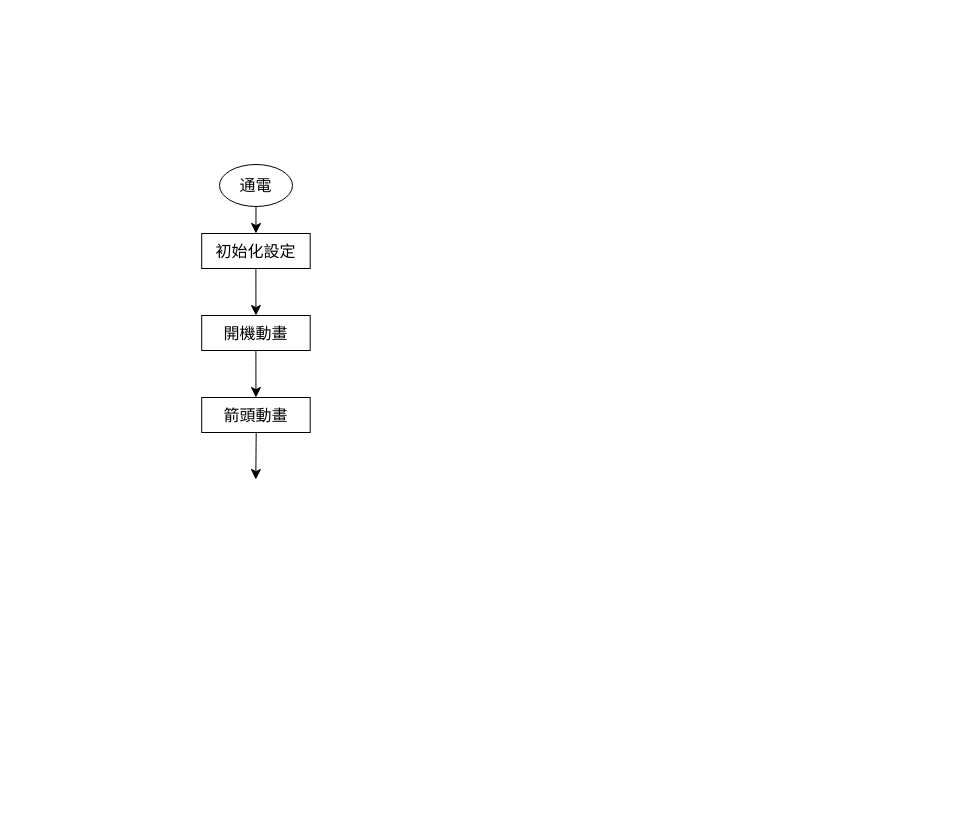
The draw.io diagram content/marp/Untitled Diagram.drawio in Edit-Mr/notes, before the edit. Source tidied: cells renumbered, new cells numbered last; positions are measured from the earlier drawing's top-left corner, leaving out a move shared by most shapes. Both pictures are drawn from the tidied source at 100%, with x=0, y=0 at pixel (201, 164).
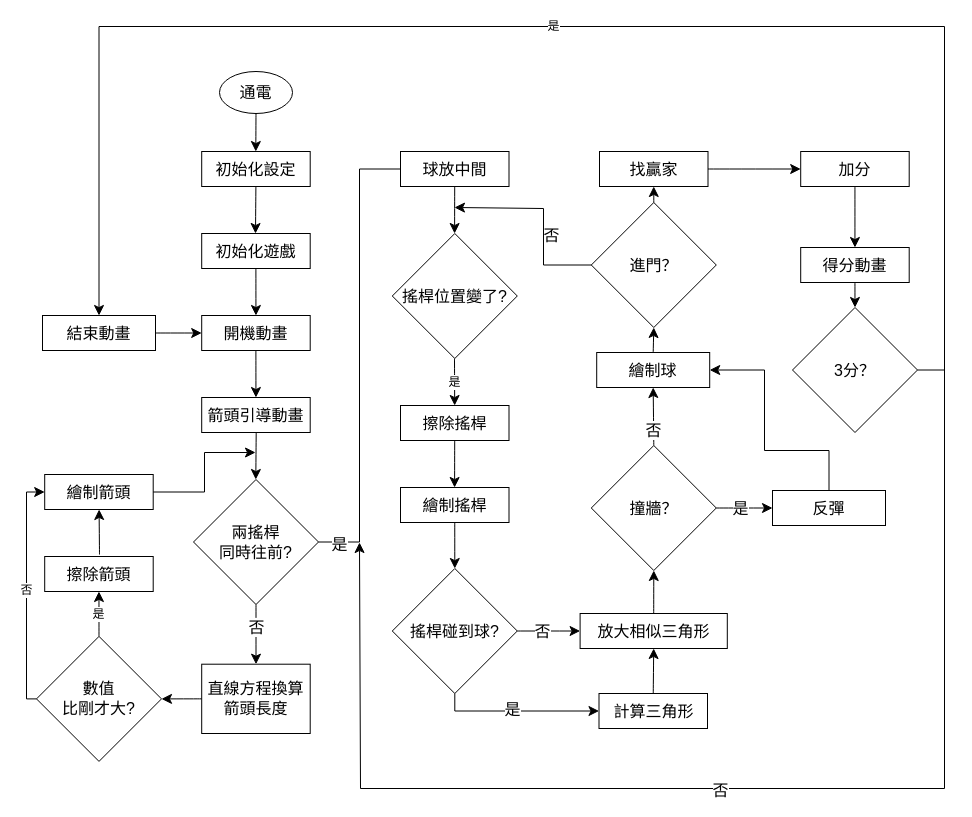
The same page after the edit.

The change refers to these unchanged cells:
```xml
<mxCell id="5" value="開機動畫" style="rounded=0;whiteSpace=wrap;html=1;fontSize=16;" parent="1" vertex="1">
  <mxGeometry x="0.2" y="151" width="108.5" height="35" as="geometry" />
</mxCell>
```

The edit, as a diff of the source:
```diff
@@
     <mxCell id="2" value="通電" style="ellipse;whiteSpace=wrap;html=1;fontSize=16;" parent="1" vertex="1">
-      <mxGeometry x="18" width="73" height="42" as="geometry" />
+      <mxGeometry x="18" y="-93" width="73" height="42" as="geometry" />
     </mxCell>
-    <mxCell id="3" value="初始化設定" style="rounded=0;whiteSpace=wrap;html=1;fontSize=16;" parent="1" vertex="1">
+    <mxCell id="3" value="初始化遊戲" style="rounded=0;whiteSpace=wrap;html=1;fontSize=16;" parent="1" vertex="1">
       <mxGeometry x="0.2" y="69" width="108.5" height="35" as="geometry" />
     </mxCell>
-    <mxCell id="4" style="endArrow=classic;html=1;rounded=0;fontSize=12;startSize=8;endSize=8;curved=1;entryX=0.5;entryY=0;entryDx=0;entryDy=0;" parent="1" edge="1" source="2" target="3">
-      <mxGeometry relative="1" as="geometry" />
-    </mxCell>
@@
-    <mxCell id="7" value="箭頭動畫" style="rounded=0;whiteSpace=wrap;html=1;fontSize=16;" parent="1" vertex="1">
+    <mxCell id="7" value="箭頭引導動畫" style="rounded=0;whiteSpace=wrap;html=1;fontSize=16;" parent="1" vertex="1">
       <mxGeometry x="0.2" y="233" width="108.5" height="35" as="geometry" />
     </mxCell>
@@
+    <mxCell id="10" value="兩搖桿&lt;br&gt;同時往前?" style="rhombus;whiteSpace=wrap;html=1;fontSize=16;" parent="1" vertex="1">
+      <mxGeometry x="-8" y="315" width="125" height="125" as="geometry" />
+    </mxCell>
+    <mxCell id="11" style="endArrow=classic;html=1;rounded=0;fontSize=12;startSize=8;endSize=8;curved=1;entryX=0.5;entryY=0;entryDx=0;entryDy=0;" parent="1" edge="1" source="10">
+      <mxGeometry relative="1" as="geometry">
+        <mxPoint x="54.5" y="499.7" as="targetPoint" />
+      </mxGeometry>
+    </mxCell>
+    <mxCell id="12" value="否" style="edgeLabel;html=1;align=center;verticalAlign=middle;fontSize=16;" parent="11" vertex="1">
+      <mxGeometry x="-0.25" relative="1" as="geometry" />
+    </mxCell>
+    <mxCell id="13" value="初始化設定" style="rounded=0;whiteSpace=wrap;html=1;fontSize=16;" parent="1" vertex="1">
+      <mxGeometry x="0.2" y="-13" width="108.5" height="35" as="geometry" />
+    </mxCell>
+    <mxCell id="14" style="endArrow=classic;html=1;rounded=0;fontSize=12;startSize=8;endSize=8;curved=1;" parent="1" edge="1">
+      <mxGeometry relative="1" as="geometry">
+        <mxPoint x="54.4" y="22" as="sourcePoint" />
+        <mxPoint x="54" y="69" as="targetPoint" />
+      </mxGeometry>
+    </mxCell>
+    <mxCell id="15" style="endArrow=classic;html=1;rounded=0;fontSize=12;startSize=8;endSize=8;curved=1;exitX=0.5;exitY=1;exitDx=0;exitDy=0;" parent="1" edge="1" source="2">
+      <mxGeometry relative="1" as="geometry">
+        <mxPoint x="54.3" y="-13" as="targetPoint" />
+      </mxGeometry>
+    </mxCell>
+    <mxCell id="16" value="球放中間" style="rounded=0;whiteSpace=wrap;html=1;fontSize=16;" parent="1" vertex="1">
+      <mxGeometry x="199" y="-13" width="108.5" height="35" as="geometry" />
+    </mxCell>
+    <mxCell id="17" value="擦除搖桿" style="rounded=0;whiteSpace=wrap;html=1;fontSize=16;" parent="1" vertex="1">
+      <mxGeometry x="199" y="241" width="108.5" height="35" as="geometry" />
+    </mxCell>
+    <mxCell id="18" value="是" style="endArrow=classic;html=1;rounded=0;fontSize=12;startSize=8;endSize=8;curved=1;" parent="1" edge="1" target="17">
+      <mxGeometry relative="1" as="geometry">
+        <mxPoint x="253" y="194" as="sourcePoint" />
+      </mxGeometry>
+    </mxCell>
+    <mxCell id="19" value="直線方程換算&lt;br&gt;箭頭長度" style="rounded=0;whiteSpace=wrap;html=1;fontSize=16;" parent="1" vertex="1">
+      <mxGeometry x="0.2" y="499.7" width="108.5" height="69.3" as="geometry" />
+    </mxCell>
+    <mxCell id="20" value="搖桿碰到球?" style="rhombus;whiteSpace=wrap;html=1;fontSize=16;" parent="1" vertex="1">
+      <mxGeometry x="190.8" y="404" width="125" height="125" as="geometry" />
+    </mxCell>
+    <mxCell id="21" value="放大相似三角形" style="rounded=0;whiteSpace=wrap;html=1;fontSize=16;" parent="1" vertex="1">
+      <mxGeometry x="378.6" y="449" width="147.2" height="35" as="geometry" />
+    </mxCell>
+    <mxCell id="22" style="endArrow=classic;html=1;rounded=0;fontSize=12;startSize=8;endSize=8;curved=1;entryX=0;entryY=0.5;entryDx=0;entryDy=0;exitX=1;exitY=0.5;exitDx=0;exitDy=0;" parent="1" edge="1" source="20" target="21">
+      <mxGeometry relative="1" as="geometry" />
+    </mxCell>
+    <mxCell id="23" value="否" style="edgeLabel;html=1;align=center;verticalAlign=middle;fontSize=16;" parent="22" vertex="1">
+      <mxGeometry x="-0.19" relative="1" as="geometry" />
+    </mxCell>
+    <mxCell id="24" value="計算三角形" style="rounded=0;whiteSpace=wrap;html=1;fontSize=16;" parent="1" vertex="1">
+      <mxGeometry x="397.5" y="529" width="108.5" height="35" as="geometry" />
+    </mxCell>
+    <mxCell id="25" value="搖桿位置變了?" style="rhombus;whiteSpace=wrap;html=1;fontSize=16;" parent="1" vertex="1">
+      <mxGeometry x="190.8" y="69" width="125" height="125" as="geometry" />
+    </mxCell>
+    <mxCell id="26" style="endArrow=classic;html=1;rounded=0;fontSize=12;startSize=8;endSize=8;curved=1;" parent="1" edge="1">
+      <mxGeometry relative="1" as="geometry">
+        <mxPoint x="253.2" y="22" as="sourcePoint" />
+        <mxPoint x="253.1" y="69" as="targetPoint" />
+      </mxGeometry>
+    </mxCell>
+    <mxCell id="27" style="endArrow=classic;html=1;rounded=0;fontSize=12;startSize=8;endSize=8;curved=1;" parent="1" edge="1">
+      <mxGeometry relative="1" as="geometry">
+        <mxPoint x="253.2" y="276" as="sourcePoint" />
+        <mxPoint x="253.1" y="323" as="targetPoint" />
+      </mxGeometry>
+    </mxCell>
+    <mxCell id="28" value="數值&lt;br&gt;比剛才大?" style="rhombus;whiteSpace=wrap;html=1;fontSize=16;" parent="1" vertex="1">
+      <mxGeometry x="-165" y="471.9" width="125" height="125" as="geometry" />
+    </mxCell>
+    <mxCell id="29" style="endArrow=classic;html=1;rounded=0;fontSize=12;startSize=8;endSize=8;curved=1;exitX=0;exitY=0.5;exitDx=0;exitDy=0;entryX=1;entryY=0.5;entryDx=0;entryDy=0;" parent="1" edge="1" source="19" target="28">
+      <mxGeometry relative="1" as="geometry" />
+    </mxCell>
+    <mxCell id="30" value="擦除箭頭" style="rounded=0;whiteSpace=wrap;html=1;fontSize=16;" parent="1" vertex="1">
+      <mxGeometry x="-156.8" y="392" width="108.5" height="35" as="geometry" />
+    </mxCell>
+    <mxCell id="31" value="是" style="endArrow=classic;html=1;rounded=0;fontSize=12;startSize=8;endSize=8;curved=1;exitX=0.5;exitY=0;exitDx=0;exitDy=0;" parent="1" edge="1" source="28" target="30">
+      <mxGeometry relative="1" as="geometry" />
+    </mxCell>
+    <mxCell id="32" value="繪制箭頭" style="rounded=0;whiteSpace=wrap;html=1;fontSize=16;" parent="1" vertex="1">
+      <mxGeometry x="-156.8" y="310" width="108.5" height="35" as="geometry" />
+    </mxCell>
+    <mxCell id="33" style="endArrow=classic;html=1;rounded=0;fontSize=12;startSize=8;endSize=8;curved=1;exitX=0.5;exitY=0;exitDx=0;exitDy=0;" parent="1" edge="1" target="32">
+      <mxGeometry relative="1" as="geometry">
+        <mxPoint x="-102" y="390" as="sourcePoint" />
+      </mxGeometry>
+    </mxCell>
+    <mxCell id="34" style="endArrow=classic;html=1;rounded=0;fontSize=12;startSize=8;endSize=8;exitX=1;exitY=0.5;exitDx=0;exitDy=0;edgeStyle=elbowEdgeStyle;" parent="1" edge="1" source="32">
+      <mxGeometry relative="1" as="geometry">
+        <mxPoint x="54" y="288" as="targetPoint" />
+      </mxGeometry>
+    </mxCell>
+    <mxCell id="35" value="否" style="endArrow=classic;html=1;rounded=0;fontSize=12;startSize=8;endSize=8;exitX=0;exitY=0.5;exitDx=0;exitDy=0;entryX=0;entryY=0.5;entryDx=0;entryDy=0;edgeStyle=orthogonalEdgeStyle;" parent="1" edge="1" source="28" target="32">
+      <mxGeometry relative="1" as="geometry" />
+    </mxCell>
+    <mxCell id="36" value="繪制搖桿" style="rounded=0;whiteSpace=wrap;html=1;fontSize=16;" parent="1" vertex="1">
+      <mxGeometry x="199" y="323" width="108.5" height="35" as="geometry" />
+    </mxCell>
+    <mxCell id="37" style="endArrow=classic;html=1;rounded=0;fontSize=12;startSize=8;endSize=8;curved=1;entryX=0.5;entryY=0;entryDx=0;entryDy=0;exitX=0.5;exitY=1;exitDx=0;exitDy=0;" parent="1" edge="1" source="36" target="20">
+      <mxGeometry relative="1" as="geometry" />
+    </mxCell>
+    <mxCell id="38" style="endArrow=classic;html=1;rounded=0;fontSize=12;startSize=8;endSize=8;entryX=0;entryY=0.5;entryDx=0;entryDy=0;exitX=0.5;exitY=1;exitDx=0;exitDy=0;edgeStyle=orthogonalEdgeStyle;" parent="1" edge="1" source="20" target="24">
+      <mxGeometry relative="1" as="geometry" />
+    </mxCell>
+    <mxCell id="39" value="是" style="edgeLabel;html=1;align=center;verticalAlign=middle;fontSize=16;" parent="38" vertex="1">
+      <mxGeometry x="-0.07" y="2" relative="1" as="geometry" />
+    </mxCell>
+    <mxCell id="40" style="endArrow=classic;html=1;rounded=0;fontSize=12;startSize=8;endSize=8;curved=1;exitX=0.5;exitY=0;exitDx=0;exitDy=0;entryX=0.5;entryY=1;entryDx=0;entryDy=0;" parent="1" edge="1" source="24" target="21">
+      <mxGeometry relative="1" as="geometry" />
+    </mxCell>
+    <mxCell id="41" value="繪制球" style="rounded=0;whiteSpace=wrap;html=1;fontSize=16;" parent="1" vertex="1">
+      <mxGeometry x="395.2" y="188" width="113" height="35" as="geometry" />
+    </mxCell>
+    <mxCell id="42" style="endArrow=classic;html=1;rounded=0;fontSize=12;startSize=8;endSize=8;curved=1;exitX=0.5;exitY=0;exitDx=0;exitDy=0;entryX=0.5;entryY=1;entryDx=0;entryDy=0;" parent="1" edge="1" source="57" target="41">
+      <mxGeometry relative="1" as="geometry" />
+    </mxCell>
+    <mxCell id="43" value="否" style="edgeLabel;html=1;align=center;verticalAlign=middle;fontSize=16;" parent="42" vertex="1">
+      <mxGeometry x="-0.45" y="1" relative="1" as="geometry" />
+    </mxCell>
+    <mxCell id="44" value="進門？" style="rhombus;whiteSpace=wrap;html=1;fontSize=16;" parent="1" vertex="1">
+      <mxGeometry x="389.8" y="38" width="125" height="125" as="geometry" />
+    </mxCell>
+    <mxCell id="45" style="endArrow=classic;html=1;rounded=0;fontSize=12;startSize=8;endSize=8;curved=1;exitX=0.5;exitY=0;exitDx=0;exitDy=0;entryX=0.5;entryY=1;entryDx=0;entryDy=0;" parent="1" edge="1" source="41" target="44">
+      <mxGeometry relative="1" as="geometry" />
+    </mxCell>
+    <mxCell id="46" style="endArrow=classic;html=1;rounded=0;fontSize=12;startSize=8;endSize=8;exitX=0;exitY=0.5;exitDx=0;exitDy=0;edgeStyle=orthogonalEdgeStyle;" parent="1" edge="1" source="44">
+      <mxGeometry x="0.07" y="-141" relative="1" as="geometry">
+        <mxPoint x="253" y="43" as="targetPoint" />
+        <Array as="points">
+          <mxPoint x="342" y="100" />
+          <mxPoint x="342" y="44" />
+          <mxPoint x="253" y="44" />
+        </Array>
+        <mxPoint x="101" y="42" as="offset" />
+      </mxGeometry>
+    </mxCell>
+    <mxCell id="47" value="否" style="edgeLabel;html=1;align=center;verticalAlign=middle;fontSize=16;" parent="46" vertex="1">
+      <mxGeometry x="-0.19" y="-7" relative="1" as="geometry" />
+    </mxCell>
+    <mxCell id="48" value="找贏家" style="rounded=0;whiteSpace=wrap;html=1;fontSize=16;" parent="1" vertex="1">
+      <mxGeometry x="398" y="-13" width="108.5" height="35" as="geometry" />
+    </mxCell>
+    <mxCell id="49" style="endArrow=classic;html=1;rounded=0;fontSize=12;startSize=8;endSize=8;curved=1;exitX=0.5;exitY=0;exitDx=0;exitDy=0;entryX=0.5;entryY=1;entryDx=0;entryDy=0;" parent="1" edge="1" source="44" target="48">
+      <mxGeometry relative="1" as="geometry" />
+    </mxCell>
+    <mxCell id="50" value="加分" style="rounded=0;whiteSpace=wrap;html=1;fontSize=16;" parent="1" vertex="1">
+      <mxGeometry x="599.2" y="-13" width="108.5" height="35" as="geometry" />
+    </mxCell>
+    <mxCell id="51" style="endArrow=classic;html=1;rounded=0;fontSize=12;startSize=8;endSize=8;curved=1;entryX=0;entryY=0.5;entryDx=0;entryDy=0;exitX=1;exitY=0.5;exitDx=0;exitDy=0;" parent="1" edge="1" source="48" target="50">
+      <mxGeometry relative="1" as="geometry" />
+    </mxCell>
+    <mxCell id="52" value="得分動畫" style="rounded=0;whiteSpace=wrap;html=1;fontSize=16;" parent="1" vertex="1">
+      <mxGeometry x="599.2" y="83" width="108.5" height="35" as="geometry" />
+    </mxCell>
+    <mxCell id="53" style="endArrow=classic;html=1;rounded=0;fontSize=12;startSize=8;endSize=8;curved=1;exitX=0.5;exitY=1;exitDx=0;exitDy=0;entryX=0.5;entryY=0;entryDx=0;entryDy=0;" parent="1" edge="1" source="50" target="52">
+      <mxGeometry relative="1" as="geometry" />
+    </mxCell>
+    <mxCell id="54" value="3分？" style="rhombus;whiteSpace=wrap;html=1;fontSize=16;" parent="1" vertex="1">
+      <mxGeometry x="591" y="143" width="125" height="125" as="geometry" />
+    </mxCell>
+    <mxCell id="55" style="endArrow=classic;html=1;rounded=0;fontSize=12;startSize=8;endSize=8;curved=1;entryX=0.5;entryY=0;entryDx=0;entryDy=0;exitX=0.5;exitY=1;exitDx=0;exitDy=0;" parent="1" edge="1" source="52" target="54">
+      <mxGeometry relative="1" as="geometry" />
+    </mxCell>
+    <mxCell id="56" style="endArrow=classic;html=1;rounded=0;fontSize=12;startSize=8;endSize=8;curved=1;exitX=0.5;exitY=0;exitDx=0;exitDy=0;entryX=0.5;entryY=1;entryDx=0;entryDy=0;" parent="1" edge="1" source="21" target="57">
+      <mxGeometry relative="1" as="geometry" />
+    </mxCell>
+    <mxCell id="57" value="撞牆？" style="rhombus;whiteSpace=wrap;html=1;fontSize=16;" parent="1" vertex="1">
+      <mxGeometry x="389.8" y="281" width="125" height="125" as="geometry" />
+    </mxCell>
+    <mxCell id="58" value="反彈" style="rounded=0;whiteSpace=wrap;html=1;fontSize=16;" parent="1" vertex="1">
+      <mxGeometry x="571" y="326" width="113" height="35" as="geometry" />
+    </mxCell>
+    <mxCell id="59" style="endArrow=classic;html=1;rounded=0;fontSize=12;startSize=8;endSize=8;curved=1;exitX=1;exitY=0.5;exitDx=0;exitDy=0;entryX=0;entryY=0.5;entryDx=0;entryDy=0;" parent="1" edge="1" source="57" target="58">
+      <mxGeometry relative="1" as="geometry" />
+    </mxCell>
+    <mxCell id="60" value="是" style="edgeLabel;html=1;align=center;verticalAlign=middle;fontSize=16;" parent="59" vertex="1">
+      <mxGeometry x="-0.16" relative="1" as="geometry" />
+    </mxCell>
+    <mxCell id="61" style="endArrow=classic;html=1;rounded=0;fontSize=12;startSize=8;endSize=8;exitX=0.5;exitY=0;exitDx=0;exitDy=0;edgeStyle=orthogonalEdgeStyle;entryX=1;entryY=0.5;entryDx=0;entryDy=0;" parent="1" edge="1" source="58" target="41">
+      <mxGeometry relative="1" as="geometry">
+        <Array as="points">
+          <mxPoint x="627" y="286" />
+          <mxPoint x="563" y="286" />
+          <mxPoint x="563" y="205" />
+        </Array>
+      </mxGeometry>
+    </mxCell>
+    <mxCell id="62" value="結束動畫" style="rounded=0;whiteSpace=wrap;html=1;fontSize=16;" parent="1" vertex="1">
+      <mxGeometry x="-159" y="151" width="113" height="35" as="geometry" />
+    </mxCell>
+    <mxCell id="63" style="endArrow=classic;html=1;rounded=0;fontSize=12;startSize=8;endSize=8;curved=1;entryX=0;entryY=0.5;entryDx=0;entryDy=0;exitX=1;exitY=0.5;exitDx=0;exitDy=0;" parent="1" edge="1" source="62" target="5">
+      <mxGeometry relative="1" as="geometry" />
+    </mxCell>
+    <mxCell id="64" value="是" style="endArrow=classic;html=1;rounded=0;fontSize=12;startSize=8;endSize=8;entryX=0.5;entryY=0;entryDx=0;entryDy=0;edgeStyle=elbowEdgeStyle;elbow=vertical;" parent="1" edge="1" target="62">
+      <mxGeometry relative="1" as="geometry">
+        <mxPoint x="743" y="214" as="sourcePoint" />
+        <Array as="points">
+          <mxPoint x="305" y="-138" />
+        </Array>
+      </mxGeometry>
+    </mxCell>
+    <mxCell id="65" style="endArrow=classic;html=1;rounded=0;fontSize=12;startSize=8;endSize=8;exitX=1;exitY=0.5;exitDx=0;exitDy=0;edgeStyle=orthogonalEdgeStyle;elbow=vertical;" parent="1" edge="1" source="54">
+      <mxGeometry relative="1" as="geometry">
+        <mxPoint x="158" y="378" as="targetPoint" />
+        <Array as="points">
+          <mxPoint x="743" y="206" />
+          <mxPoint x="743" y="624" />
+          <mxPoint x="159" y="624" />
+          <mxPoint x="159" y="378" />
+        </Array>
+      </mxGeometry>
+    </mxCell>
+    <mxCell id="66" value="否" style="edgeLabel;html=1;align=center;verticalAlign=middle;fontSize=16;" parent="65" vertex="1">
+      <mxGeometry x="0.05" y="1" relative="1" as="geometry" />
+    </mxCell>
+    <mxCell id="67" style="endArrow=none;html=1;rounded=0;fontSize=12;exitX=1;exitY=0.5;exitDx=0;exitDy=0;edgeStyle=elbowEdgeStyle;entryX=0;entryY=0.5;entryDx=0;entryDy=0;" parent="1" edge="1" source="10" target="16">
+      <mxGeometry relative="1" as="geometry" />
+    </mxCell>
+    <mxCell id="68" value="是" style="edgeLabel;html=1;align=center;verticalAlign=middle;fontSize=16;" parent="67" vertex="1">
+      <mxGeometry x="-0.91" y="-2" relative="1" as="geometry" />
+    </mxCell>
```
